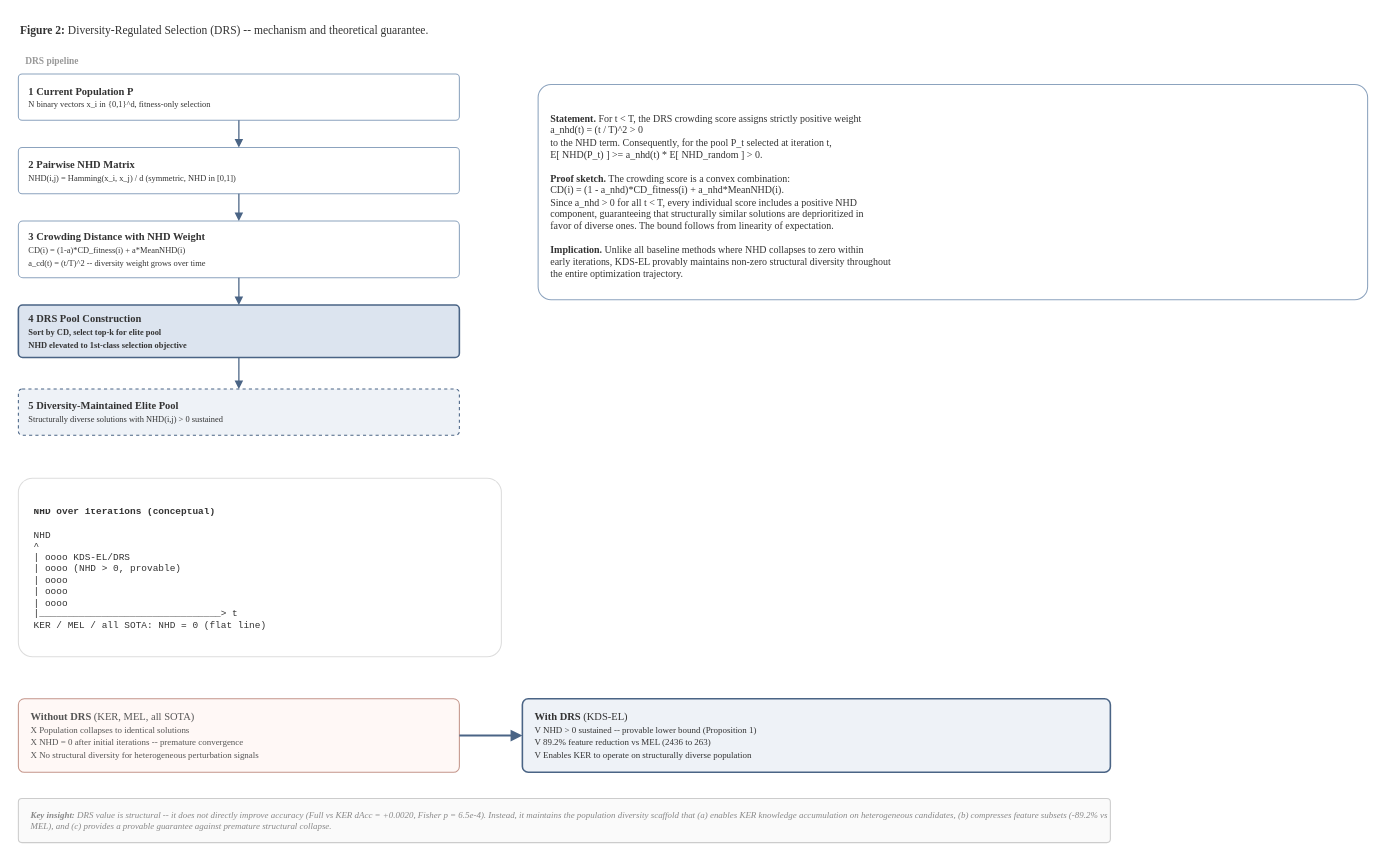
Above: output/figures/F2_drs_mechanism.drawio in drp4/KDS-EL (draw.io), before the change. Source tidied: cells renumbered, new cells numbered last; positions are measured from the earlier drawing's top-left corner, leaving out a move shared by most shapes. Both pictures are drawn from the tidied source at 105%, with x=0, y=0 at pixel (18, 18).
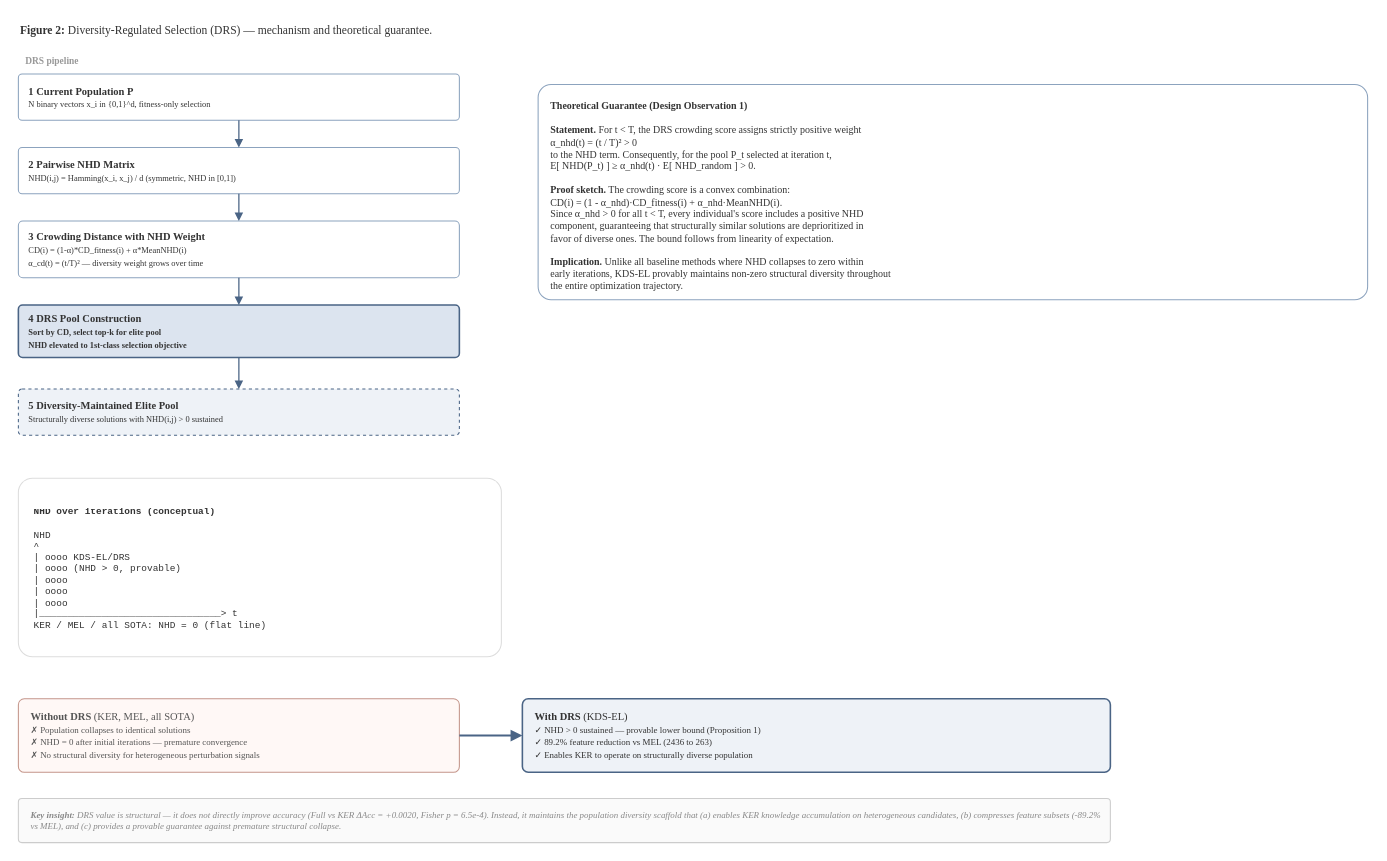
After the change.

Diff of the diagram source:
```diff
@@
 <mxGraphModel>
   <root>
     <mxCell id="0" />
     <mxCell id="1" parent="0" />
-    <mxCell id="2" value="&lt;b&gt;Figure 2:&lt;/b&gt; Diversity-Regulated Selection (DRS) -- mechanism and theoretical guarantee." style="text;html=1;strokeColor=none;fillColor=none;align=left;verticalAlign=middle;whiteSpace=wrap;fontSize=11;fontFamily=Times New Roman;fontColor=#333333;" parent="1" vertex="1">
-      <mxGeometry width="650" height="22" as="geometry" />
-    </mxCell>
+    <mxCell id="20" value="&lt;b&gt;Figure 2:&lt;/b&gt; Diversity-Regulated Selection (DRS) — mechanism and theoretical guarantee." style="text;html=1;strokeColor=none;fillColor=none;align=left;verticalAlign=middle;whiteSpace=wrap;fontSize=11;fontFamily=Times New Roman;fontColor=#333333;" parent="1" vertex="1">
+      <mxGeometry width="650" height="22" as="geometry" />
+    </mxCell>
     <mxCell id="3" value="&lt;b&gt;DRS pipeline&lt;/b&gt;" style="text;html=1;strokeColor=none;fillColor=none;align=left;verticalAlign=middle;whiteSpace=wrap;fontSize=9;fontFamily=Times New Roman;fontColor=#999999;fontStyle=1;" parent="1" vertex="1">
       <mxGeometry x="5" y="33" width="100" height="16" as="geometry" />
     </mxCell>
     <mxCell id="4" value="&lt;b&gt;1&lt;/b&gt;  &lt;b&gt;Current Population P&lt;/b&gt;&lt;br&gt;&lt;font style=&quot;font-size:8px&quot;&gt;N binary vectors x_i in {0,1}^d, fitness-only selection&lt;/font&gt;" style="rounded=1;arcSize=8;whiteSpace=wrap;html=1;fillColor=#FFFFFF;strokeColor=#8CA3BE;strokeWidth=1;fontSize=10;fontFamily=Times New Roman;fontColor=#333333;align=left;spacingLeft=8;" parent="1" vertex="1">
       <mxGeometry y="53" width="420" height="44" as="geometry" />
     </mxCell>
     <mxCell id="5" value="&lt;b&gt;2&lt;/b&gt;  &lt;b&gt;Pairwise NHD Matrix&lt;/b&gt;&lt;br&gt;&lt;font style=&quot;font-size:8px&quot;&gt;NHD(i,j) = Hamming(x_i, x_j) / d    (symmetric, NHD in [0,1])&lt;/font&gt;" style="rounded=1;arcSize=8;whiteSpace=wrap;html=1;fillColor=#FFFFFF;strokeColor=#8CA3BE;strokeWidth=1;fontSize=10;fontFamily=Times New Roman;fontColor=#333333;align=left;spacingLeft=8;" parent="1" vertex="1">
       <mxGeometry y="123" width="420" height="44" as="geometry" />
     </mxCell>
-    <mxCell id="6" value="&lt;b&gt;3&lt;/b&gt;  &lt;b&gt;Crowding Distance with NHD Weight&lt;/b&gt;&lt;br&gt;&lt;font style=&quot;font-size:8px&quot;&gt;CD(i) = (1-a)*CD_fitness(i) + a*MeanNHD(i)&lt;br&gt;a_cd(t) = (t/T)^2 -- diversity weight grows over time&lt;/font&gt;" style="rounded=1;arcSize=8;whiteSpace=wrap;html=1;fillColor=#FFFFFF;strokeColor=#8CA3BE;strokeWidth=1;fontSize=10;fontFamily=Times New Roman;fontColor=#333333;align=left;spacingLeft=8;" parent="1" vertex="1">
-      <mxGeometry y="193" width="420" height="54" as="geometry" />
-    </mxCell>
+    <mxCell id="21" value="&lt;b&gt;3&lt;/b&gt;  &lt;b&gt;Crowding Distance with NHD Weight&lt;/b&gt;&lt;br&gt;&lt;font style=&quot;font-size:8px&quot;&gt;CD(i) = (1-α)*CD_fitness(i) + α*MeanNHD(i)&lt;br&gt;α_cd(t) = (t/T)² — diversity weight grows over time&lt;/font&gt;" style="rounded=1;arcSize=8;whiteSpace=wrap;html=1;fillColor=#FFFFFF;strokeColor=#8CA3BE;strokeWidth=1;fontSize=10;fontFamily=Times New Roman;fontColor=#333333;align=left;spacingLeft=8;" parent="1" vertex="1">
+      <mxGeometry y="193" width="420" height="54" as="geometry" />
+    </mxCell>
     <mxCell id="7" value="&lt;b&gt;4&lt;/b&gt;  &lt;b&gt;DRS Pool Construction&lt;/b&gt;&lt;br&gt;&lt;font style=&quot;font-size:8px&quot;&gt;Sort by CD, select top-k for elite pool&lt;br&gt;NHD elevated to 1st-class selection objective&lt;/font&gt;" style="rounded=1;arcSize=8;whiteSpace=wrap;html=1;fillColor=#DCE4EF;strokeColor=#4A6485;strokeWidth=1.5;fontSize=10;fontFamily=Times New Roman;fontColor=#333333;align=left;spacingLeft=8;fontStyle=1;" parent="1" vertex="1">
       <mxGeometry y="273" width="420" height="50" as="geometry" />
     </mxCell>
     <mxCell id="8" value="&lt;b&gt;5&lt;/b&gt;  &lt;b&gt;Diversity-Maintained Elite Pool&lt;/b&gt;&lt;br&gt;&lt;font style=&quot;font-size:8px&quot;&gt;Structurally diverse solutions with NHD(i,j) &amp;gt; 0 sustained&lt;/font&gt;" style="rounded=1;arcSize=8;whiteSpace=wrap;html=1;fillColor=#EEF2F7;strokeColor=#4A6485;strokeWidth=1;fontSize=10;fontFamily=Times New Roman;fontColor=#333333;align=left;spacingLeft=8;dashed=1;" parent="1" vertex="1">
       <mxGeometry y="353" width="420" height="44" as="geometry" />
     </mxCell>
     <mxCell id="9" style="edgeStyle=orthogonalEdgeStyle;rounded=1;jettySize=auto;html=1;strokeColor=#4A6485;strokeWidth=1.2;endArrow=block;endFill=1;endSize=5;" parent="1" edge="1" source="4" target="5">
       <mxGeometry relative="1" as="geometry" />
     </mxCell>
-    <mxCell id="10" style="edgeStyle=orthogonalEdgeStyle;rounded=1;jettySize=auto;html=1;strokeColor=#4A6485;strokeWidth=1.2;endArrow=block;endFill=1;endSize=5;" parent="1" edge="1" source="5" target="6">
-      <mxGeometry relative="1" as="geometry" />
-    </mxCell>
-    <mxCell id="11" style="edgeStyle=orthogonalEdgeStyle;rounded=1;jettySize=auto;html=1;strokeColor=#4A6485;strokeWidth=1.2;endArrow=block;endFill=1;endSize=5;" parent="1" edge="1" source="6" target="7">
-      <mxGeometry relative="1" as="geometry" />
-    </mxCell>
+    <mxCell id="22" style="edgeStyle=orthogonalEdgeStyle;rounded=1;jettySize=auto;html=1;strokeColor=#4A6485;strokeWidth=1.2;endArrow=block;endFill=1;endSize=5;" parent="1" edge="1" source="5" target="21">
+      <mxGeometry relative="1" as="geometry" />
+    </mxCell>
+    <mxCell id="23" style="edgeStyle=orthogonalEdgeStyle;rounded=1;jettySize=auto;html=1;strokeColor=#4A6485;strokeWidth=1.2;endArrow=block;endFill=1;endSize=5;" parent="1" edge="1" source="21" target="7">
+      <mxGeometry relative="1" as="geometry" />
+    </mxCell>
     <mxCell id="12" style="edgeStyle=orthogonalEdgeStyle;rounded=1;jettySize=auto;html=1;strokeColor=#4A6485;strokeWidth=1.2;endArrow=block;endFill=1;endSize=5;" parent="1" edge="1" source="7" target="8">
       <mxGeometry relative="1" as="geometry" />
     </mxCell>
-    <mxCell id="13" value="&lt;b&gt;Statement.&lt;/b&gt; For t &amp;lt; T, the DRS crowding score assigns strictly positive weight&lt;br&gt;      a_nhd(t) = (t / T)^2  &amp;gt;  0&lt;br&gt;to the NHD term. Consequently, for the pool P_t selected at iteration t,&lt;br&gt;      E[ NHD(P_t) ]  &amp;gt;=  a_nhd(t) * E[ NHD_random ]  &amp;gt;  0.&lt;br&gt;&lt;br&gt;&lt;b&gt;Proof sketch.&lt;/b&gt; The crowding score is a convex combination:&lt;br&gt;      CD(i) = (1 - a_nhd)*CD_fitness(i) + a_nhd*MeanNHD(i).&lt;br&gt;Since a_nhd &amp;gt; 0 for all t &amp;lt; T, every individual score includes a positive NHD&lt;br&gt;component, guaranteeing that structurally similar solutions are deprioritized in&lt;br&gt;favor of diverse ones. The bound follows from linearity of expectation.&lt;br&gt;&lt;br&gt;&lt;b&gt;Implication.&lt;/b&gt; Unlike all baseline methods where NHD collapses to zero within&lt;br&gt;early iterations, KDS-EL provably maintains non-zero structural diversity throughout&lt;br&gt;the entire optimization trajectory." style="rounded=1;arcSize=6;whiteSpace=wrap;html=1;fillColor=#FFFFFF;strokeColor=#8CA3BE;strokeWidth=1;fontSize=9.5;fontFamily=Times New Roman;fontColor=#333333;align=left;spacingLeft=10;spacingTop=8;" parent="1" vertex="1">
-      <mxGeometry x="495" y="63" width="790" height="205" as="geometry" />
-    </mxCell>
+    <mxCell id="24" value="&lt;b&gt;Theoretical Guarantee (Design Observation 1)&lt;/b&gt;&lt;br&gt;&lt;br&gt;&lt;b&gt;Statement.&lt;/b&gt; For t &amp;lt; T, the DRS crowding score assigns strictly positive weight&lt;br&gt;      α_nhd(t) = (t / T)²  &amp;gt;  0&lt;br&gt;to the NHD term. Consequently, for the pool P_t selected at iteration t,&lt;br&gt;      E[ NHD(P_t) ]  ≥  α_nhd(t) · E[ NHD_random ]  &amp;gt;  0.&lt;br&gt;&lt;br&gt;&lt;b&gt;Proof sketch.&lt;/b&gt; The crowding score is a convex combination:&lt;br&gt;      CD(i) = (1 - α_nhd)·CD_fitness(i) + α_nhd·MeanNHD(i).&lt;br&gt;Since α_nhd &amp;gt; 0 for all t &amp;lt; T, every individual's score includes a positive NHD&lt;br&gt;component, guaranteeing that structurally similar solutions are deprioritized in&lt;br&gt;favor of diverse ones. The bound follows from linearity of expectation.&lt;br&gt;&lt;br&gt;&lt;b&gt;Implication.&lt;/b&gt; Unlike all baseline methods where NHD collapses to zero within&lt;br&gt;early iterations, KDS-EL provably maintains non-zero structural diversity throughout&lt;br&gt;the entire optimization trajectory." style="rounded=1;arcSize=6;whiteSpace=wrap;html=1;fillColor=#FFFFFF;strokeColor=#8CA3BE;strokeWidth=1;fontSize=9.5;fontFamily=Times New Roman;fontColor=#333333;align=left;spacingLeft=10;spacingTop=8;" parent="1" vertex="1">
+      <mxGeometry x="495" y="63" width="790" height="205" as="geometry" />
+    </mxCell>
     <mxCell id="14" style="rounded=1;arcSize=8;whiteSpace=wrap;html=1;fillColor=#FFFFFF;strokeColor=#DDDDDD;strokeWidth=1;" parent="1" vertex="1">
       <mxGeometry y="438" width="460" height="170" as="geometry" />
     </mxCell>
     <mxCell id="15" value="&lt;font style=&quot;font-size:9px&quot;&gt;&lt;b&gt;NHD over iterations (conceptual)&lt;/b&gt;&lt;br&gt;&lt;br&gt;NHD&lt;br&gt;^&lt;br&gt;|  oooo                          KDS-EL/DRS&lt;br&gt;|      oooo                      (NHD &amp;gt; 0, provable)&lt;br&gt;|          oooo&lt;br&gt;|              oooo&lt;br&gt;|                  oooo&lt;br&gt;|________________________________&amp;gt; t&lt;br&gt;  KER / MEL / all SOTA: NHD = 0 (flat line)&lt;/font&gt;" style="rounded=0;whiteSpace=wrap;html=1;fillColor=#FFFFFF;strokeColor=none;fontSize=9;fontFamily=Courier New;fontColor=#333333;align=left;spacingLeft=8;spacingTop=4;" parent="1" vertex="1">
       <mxGeometry x="5" y="441" width="450" height="163" as="geometry" />
     </mxCell>
-    <mxCell id="16" value="&lt;b&gt;Without DRS&lt;/b&gt; (KER, MEL, all SOTA)&lt;br&gt;&lt;font style=&quot;font-size:8.5px&quot;&gt;X Population collapses to identical solutions&lt;br&gt;X NHD = 0 after initial iterations -- premature convergence&lt;br&gt;X No structural diversity for heterogeneous perturbation signals&lt;/font&gt;" style="rounded=1;arcSize=8;whiteSpace=wrap;html=1;fillColor=#FFF8F6;strokeColor=#C4958A;strokeWidth=1;fontSize=10;fontFamily=Times New Roman;fontColor=#555555;align=left;spacingLeft=10;" parent="1" vertex="1">
-      <mxGeometry y="648" width="420" height="70" as="geometry" />
-    </mxCell>
-    <mxCell id="17" value="&lt;b&gt;With DRS&lt;/b&gt; (KDS-EL)&lt;br&gt;&lt;font style=&quot;font-size:8.5px&quot;&gt;V NHD &amp;gt; 0 sustained -- provable lower bound (Proposition 1)&lt;br&gt;V 89.2% feature reduction vs MEL (2436 to 263)&lt;br&gt;V Enables KER to operate on structurally diverse population&lt;/font&gt;" style="rounded=1;arcSize=8;whiteSpace=wrap;html=1;fillColor=#EEF2F7;strokeColor=#4A6485;strokeWidth=1.5;fontSize=10;fontFamily=Times New Roman;fontColor=#333333;align=left;spacingLeft=10;" parent="1" vertex="1">
-      <mxGeometry x="480" y="648" width="560" height="70" as="geometry" />
-    </mxCell>
-    <mxCell id="18" style="edgeStyle=orthogonalEdgeStyle;rounded=1;jettySize=auto;html=1;strokeColor=#4A6485;strokeWidth=2;endArrow=block;endFill=1;endSize=6;fontSize=9;fontFamily=Times New Roman;fontColor=#4A6485;fontStyle=1;" parent="1" edge="1" source="16" target="17">
-      <mxGeometry relative="1" as="geometry" />
-    </mxCell>
-    <mxCell id="19" value="&lt;font style=&quot;font-size:8.5px;font-style:italic&quot;&gt;&lt;b&gt;Key insight:&lt;/b&gt; DRS value is structural -- it does not directly improve accuracy (Full vs KER dAcc = +0.0020, Fisher p = 6.5e-4). Instead, it maintains the population diversity scaffold that (a) enables KER knowledge accumulation on heterogeneous candidates, (b) compresses feature subsets (-89.2% vs MEL), and (c) provides a provable guarantee against premature structural collapse.&lt;/font&gt;" style="rounded=1;arcSize=8;whiteSpace=wrap;html=1;fillColor=#FAFAFA;strokeColor=#CCCCCC;strokeWidth=1;fontSize=9;fontFamily=Times New Roman;fontColor=#888888;align=left;spacingLeft=10;" parent="1" vertex="1">
-      <mxGeometry y="743" width="1040" height="42" as="geometry" />
-    </mxCell>
+    <mxCell id="25" value="&lt;b&gt;Without DRS&lt;/b&gt; (KER, MEL, all SOTA)&lt;br&gt;&lt;font style=&quot;font-size:8.5px&quot;&gt;✗ Population collapses to identical solutions&lt;br&gt;✗ NHD = 0 after initial iterations — premature convergence&lt;br&gt;✗ No structural diversity for heterogeneous perturbation signals&lt;/font&gt;" style="rounded=1;arcSize=8;whiteSpace=wrap;html=1;fillColor=#FFF8F6;strokeColor=#C4958A;strokeWidth=1;fontSize=10;fontFamily=Times New Roman;fontColor=#555555;align=left;spacingLeft=10;" parent="1" vertex="1">
+      <mxGeometry y="648" width="420" height="70" as="geometry" />
+    </mxCell>
+    <mxCell id="26" value="&lt;b&gt;With DRS&lt;/b&gt; (KDS-EL)&lt;br&gt;&lt;font style=&quot;font-size:8.5px&quot;&gt;✓ NHD &amp;gt; 0 sustained — provable lower bound (Proposition 1)&lt;br&gt;✓ 89.2% feature reduction vs MEL (2436 to 263)&lt;br&gt;✓ Enables KER to operate on structurally diverse population&lt;/font&gt;" style="rounded=1;arcSize=8;whiteSpace=wrap;html=1;fillColor=#EEF2F7;strokeColor=#4A6485;strokeWidth=1.5;fontSize=10;fontFamily=Times New Roman;fontColor=#333333;align=left;spacingLeft=10;" parent="1" vertex="1">
+      <mxGeometry x="480" y="648" width="560" height="70" as="geometry" />
+    </mxCell>
+    <mxCell id="27" style="edgeStyle=orthogonalEdgeStyle;rounded=1;jettySize=auto;html=1;strokeColor=#4A6485;strokeWidth=2;endArrow=block;endFill=1;endSize=6;fontSize=9;fontFamily=Times New Roman;fontColor=#4A6485;fontStyle=1;" parent="1" edge="1" source="25" target="26">
+      <mxGeometry relative="1" as="geometry" />
+    </mxCell>
+    <mxCell id="28" value="&lt;font style=&quot;font-size:8.5px;font-style:italic&quot;&gt;&lt;b&gt;Key insight:&lt;/b&gt; DRS value is structural — it does not directly improve accuracy (Full vs KER ΔAcc = +0.0020, Fisher p = 6.5e-4). Instead, it maintains the population diversity scaffold that (a) enables KER knowledge accumulation on heterogeneous candidates, (b) compresses feature subsets (-89.2% vs MEL), and (c) provides a provable guarantee against premature structural collapse.&lt;/font&gt;" style="rounded=1;arcSize=8;whiteSpace=wrap;html=1;fillColor=#FAFAFA;strokeColor=#CCCCCC;strokeWidth=1;fontSize=9;fontFamily=Times New Roman;fontColor=#888888;align=left;spacingLeft=10;" parent="1" vertex="1">
+      <mxGeometry y="743" width="1040" height="42" as="geometry" />
+    </mxCell>
   </root>
 </mxGraphModel>
```
